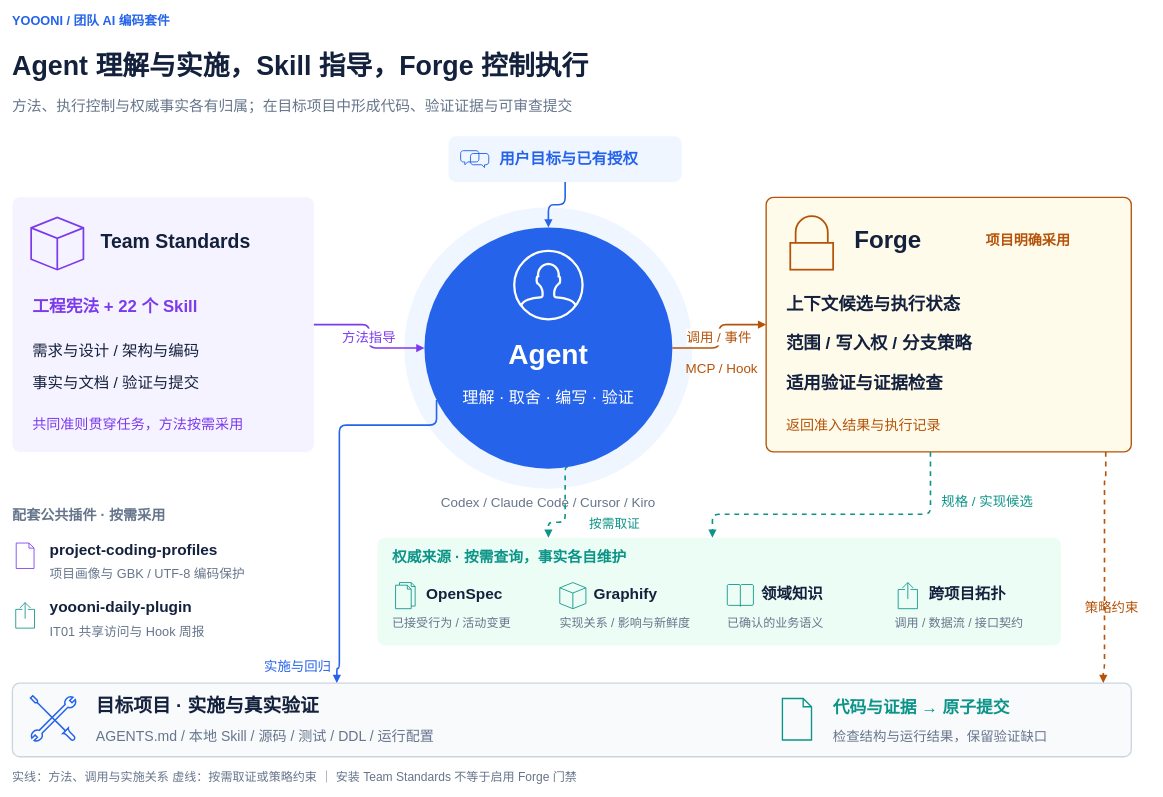
Earlier version of the draw.io diagram docs/diagrams/ai-coding-architecture.drawio (exception-coder/kai-toolbox). Source tidied: cells renumbered, new cells numbered last; positions are measured from the earlier drawing's top-left corner, leaving out a move shared by most shapes. Both pictures are drawn from the tidied source at 67%, with x=0, y=0 at pixel (12, 11).
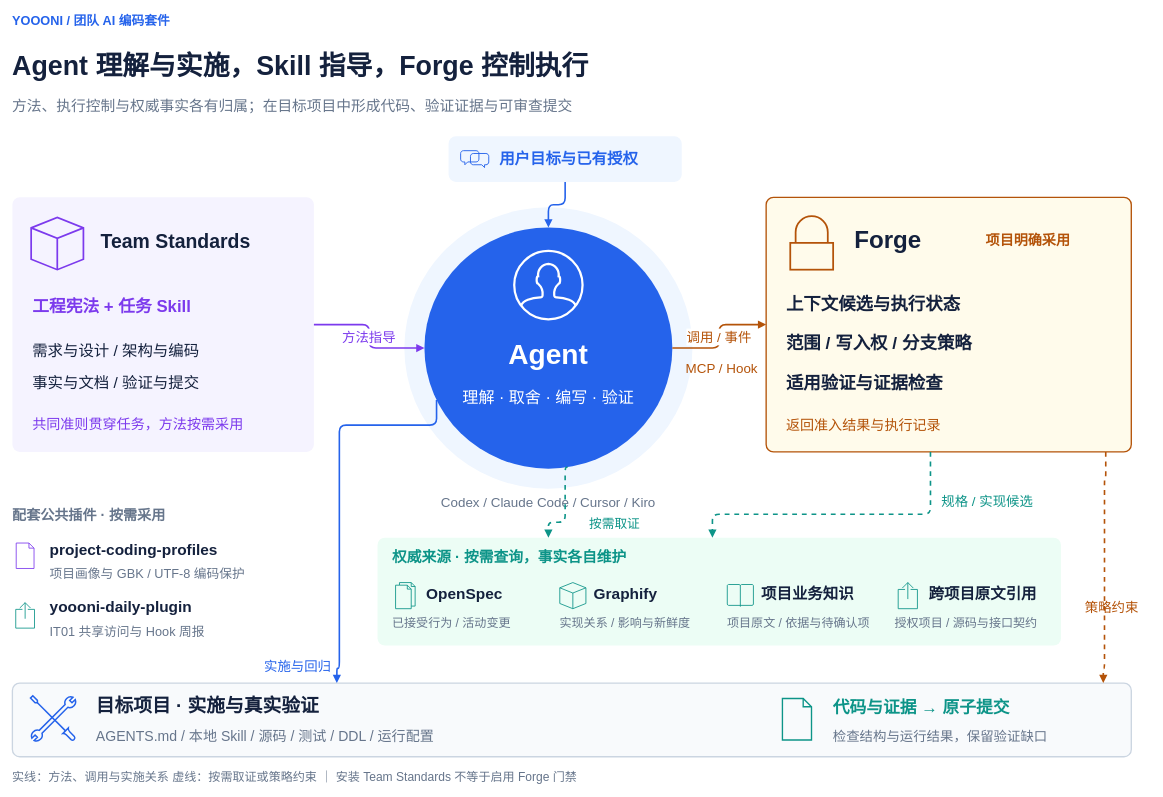
The same diagram, later.

Unchanged cells that the change refers to:
```xml
<mxCell id="9" style="fontFamily=Microsoft YaHei,Arial;html=0;group;selectParentFirst=1;" parent="1" vertex="1">
  <mxGeometry y="277" width="450" height="380" as="geometry" />
</mxCell>
<mxCell id="41" style="fontFamily=Microsoft YaHei,Arial;html=0;group;selectParentFirst=1;" parent="1" vertex="1">
  <mxGeometry x="545" y="785" width="1020" height="161" as="geometry" />
</mxCell>
```

Diff of the diagram source:
```diff
@@
-    <mxCell id="13" value="工程宪法 + 22 个 Skill" style="fontFamily=Microsoft YaHei,Arial;html=0;text;strokeColor=none;fillColor=none;align=left;verticalAlign=middle;fontSize=25;fontColor=#7C3AED;fontStyle=1;whiteSpace=wrap;spacing=0;" parent="9" vertex="1">
+    <mxCell id="13" value="工程宪法 + 任务 Skill" style="fontFamily=Microsoft YaHei,Arial;html=0;text;strokeColor=none;fillColor=none;align=left;verticalAlign=middle;fontSize=25;fontColor=#7C3AED;fontStyle=1;whiteSpace=wrap;spacing=0;" parent="9" vertex="1">
       <mxGeometry x="30" y="140" width="395" height="42" as="geometry" />
     </mxCell>
@@
-    <mxCell id="51" value="领域知识" style="fontFamily=Microsoft YaHei,Arial;html=0;text;strokeColor=none;fillColor=none;align=left;verticalAlign=middle;fontSize=23;fontColor=#14213D;fontStyle=1;whiteSpace=wrap;spacing=0;" parent="41" vertex="1">
+    <mxCell id="51" value="项目业务知识" style="fontFamily=Microsoft YaHei,Arial;html=0;text;strokeColor=none;fillColor=none;align=left;verticalAlign=middle;fontSize=23;fontColor=#14213D;fontStyle=1;whiteSpace=wrap;spacing=0;" parent="41" vertex="1">
       <mxGeometry x="573" y="65" width="190" height="38" as="geometry" />
     </mxCell>
-    <mxCell id="52" value="已确认的业务语义" style="fontFamily=Microsoft YaHei,Arial;html=0;text;strokeColor=none;fillColor=none;align=left;verticalAlign=middle;fontSize=18;fontColor=#66758B;fontStyle=0;whiteSpace=wrap;spacing=0;" parent="41" vertex="1">
+    <mxCell id="52" value="项目原文 / 依据与待确认项" style="fontFamily=Microsoft YaHei,Arial;html=0;text;strokeColor=none;fillColor=none;align=left;verticalAlign=middle;fontSize=18;fontColor=#66758B;fontStyle=0;whiteSpace=wrap;spacing=0;" parent="41" vertex="1">
       <mxGeometry x="522" y="114" width="240" height="28" as="geometry" />
     </mxCell>
@@
-    <mxCell id="54" value="跨项目拓扑" style="fontFamily=Microsoft YaHei,Arial;html=0;text;strokeColor=none;fillColor=none;align=left;verticalAlign=middle;fontSize=23;fontColor=#14213D;fontStyle=1;whiteSpace=wrap;spacing=0;" parent="41" vertex="1">
+    <mxCell id="54" value="跨项目原文引用" style="fontFamily=Microsoft YaHei,Arial;html=0;text;strokeColor=none;fillColor=none;align=left;verticalAlign=middle;fontSize=23;fontColor=#14213D;fontStyle=1;whiteSpace=wrap;spacing=0;" parent="41" vertex="1">
       <mxGeometry x="823" y="65" width="190" height="38" as="geometry" />
     </mxCell>
-    <mxCell id="55" value="调用 / 数据流 / 接口契约" style="fontFamily=Microsoft YaHei,Arial;html=0;text;strokeColor=none;fillColor=none;align=left;verticalAlign=middle;fontSize=18;fontColor=#66758B;fontStyle=0;whiteSpace=wrap;spacing=0;" parent="41" vertex="1">
+    <mxCell id="55" value="授权项目 / 源码与接口契约" style="fontFamily=Microsoft YaHei,Arial;html=0;text;strokeColor=none;fillColor=none;align=left;verticalAlign=middle;fontSize=18;fontColor=#66758B;fontStyle=0;whiteSpace=wrap;spacing=0;" parent="41" vertex="1">
       <mxGeometry x="772" y="114" width="240" height="28" as="geometry" />
     </mxCell>
```
